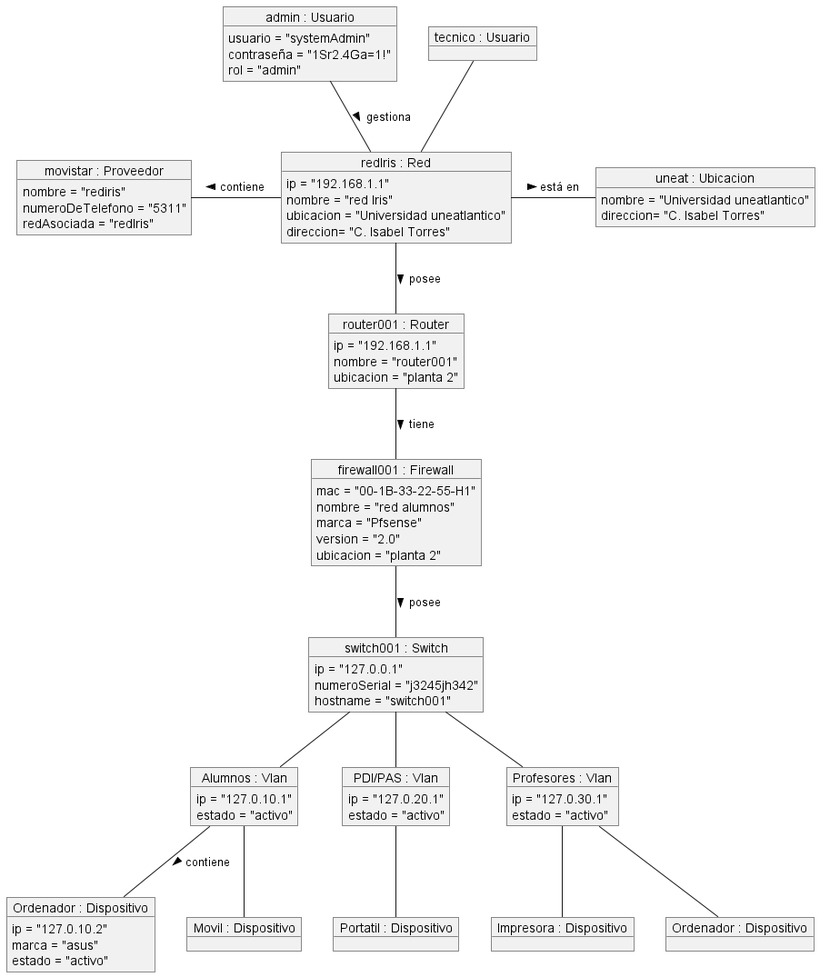
This is 000-entregas/diagramaDeObjetos/DiagramaDeObjetos.png from mmasias/IdSw1-22-23, a PlantUML export, as it was before one commit.
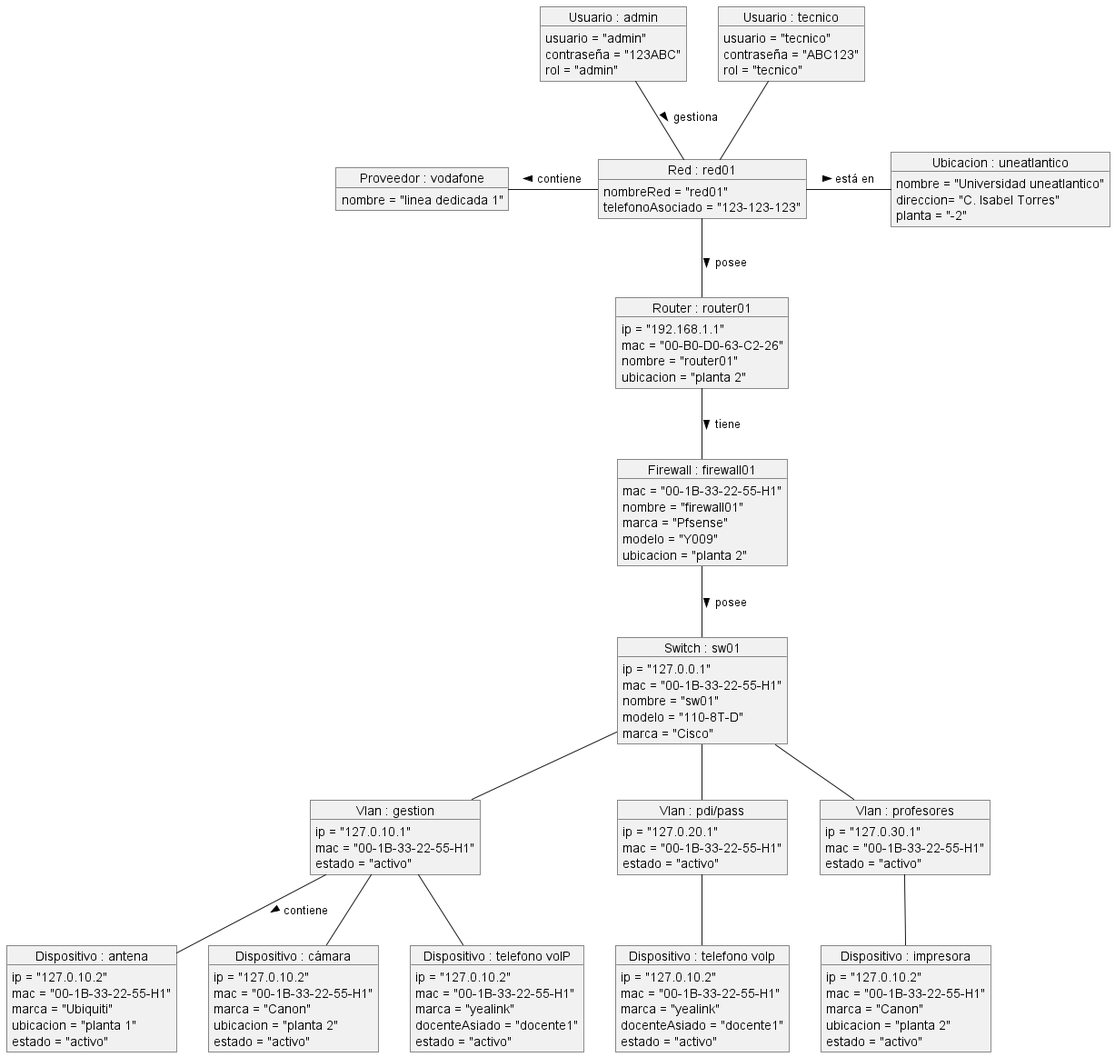
Later version of the same file.

Commit message:
Cambios en diagramas y actualizacion del readme

The edit, as a diff of the source:
```diff
@@ -1,85 +1,112 @@
-@startuml proyecto
+@startuml DiagramaDeObjetos
 
-object "admin : Usuario" as admin {
-    usuario = "systemAdmin"
-    contraseña = "1Sr2.4Ga=1!"
+object "Usuario : admin" as admin {
+    usuario = "admin"
+    contraseña = "123ABC"
     rol = "admin"
 }
 
-object "tecnico : Usuario" as user {
+object "Usuario : tecnico" as user {
+    usuario = "tecnico"
+    contraseña = "ABC123"
+    rol = "tecnico"
 }
 
-object "redIris : Red" as red1 {
-ip = "192.168.1.1"
-nombre = "red Iris"
-ubicacion = "Universidad uneatlantico"
-direccion= "C. Isabel Torres"
+object "Red : red01" as red1 {
+nombreRed = "red01"
+telefonoAsociado = "123-123-123"
 }
 
-object "router001 : Router" as router {
+object "Router : router01" as router {
 ip = "192.168.1.1"
-nombre = "router001"
+mac = "00-B0-D0-63-C2-26"
+nombre = "router01"
 ubicacion = "planta 2"
 }
 
-object "uneat : Ubicacion" as uneat {
+object "Ubicacion : uneatlantico" as uneat {
 nombre = "Universidad uneatlantico"
 direccion= "C. Isabel Torres"
+planta = "-2"
 }
 
-object "movistar : Proveedor" as redIris {
-nombre = "rediris"
-numeroDeTelefono = "5311"
-redAsociada = "redIris"
+object "Proveedor : vodafone" as redIris {
+nombre = "linea dedicada 1"
 }
 
-object "firewall001 : Firewall" as firewall {
+object "Firewall : firewall01" as firewall {
 mac = "00-1B-33-22-55-H1"
-nombre = "red alumnos"
+nombre = "firewall01"
 marca = "Pfsense"
-version = "2.0"
+modelo = "Y009"
 ubicacion = "planta 2"
 }
 
-object "switch001 : Switch" as switch {
+object "Switch : sw01" as switch {
     ip = "127.0.0.1"
-    numeroSerial = "j3245jh342"
-    hostname = "switch001"
+    mac = "00-1B-33-22-55-H1"
+    nombre = "sw01"
+    modelo = "110-8T-D"
+    marca = "Cisco"
 }
 
-object "Alumnos : Vlan" as vlan {
+object "Vlan : gestion" as vlan {
     ip = "127.0.10.1"
+    mac = "00-1B-33-22-55-H1"
     estado = "activo"
 }
 
-object "PDI/PAS : Vlan" as vlan2 {
+object "Vlan : pdi/pass" as vlan2 {
     ip = "127.0.20.1"
+    mac = "00-1B-33-22-55-H1"
     estado = "activo"
 }
 
-object "Profesores : Vlan" as vlan3 {
+object "Vlan : profesores" as vlan3 {
     ip = "127.0.30.1"
+    mac = "00-1B-33-22-55-H1"
     estado = "activo"
 }
 
-object "Ordenador : Dispositivo" as DA1 {
+object "Dispositivo : antena" as DA1 {
     ip = "127.0.10.2"
-    marca = "asus"
+    mac = "00-1B-33-22-55-H1"
+    marca = "Ubiquiti"
+    ubicacion = "planta 1"
     estado = "activo"
 }
 
-object "Movil : Dispositivo" as DA2 {
+object "Dispositivo : cámara" as DA2 {
+    ip = "127.0.10.2"
+    mac = "00-1B-33-22-55-H1"
+    marca = "Canon"
+    ubicacion = "planta 2"
+    estado = "activo"
 }
 
-object "Portatil : Dispositivo" as DPP1 {
+object "Dispositivo : telefono voIP" as DA3{
+    ip = "127.0.10.2"
+    mac = "00-1B-33-22-55-H1"
+    marca = "yealink"
+    docenteAsiado = "docente1"
+    estado = "activo"
 }
 
-object "Impresora : Dispositivo" as DP1 {
+object "Dispositivo : telefono voIp" as DPP1 {
+    ip = "127.0.10.2"
+    mac = "00-1B-33-22-55-H1"
+    marca = "yealink"
+    docenteAsiado = "docente1"
+    estado = "activo"
 }
 
-object "Ordenador : Dispositivo" as DP2 {
+object "Dispositivo : impresora" as DP1 {
+    ip = "127.0.10.2"
+    mac = "00-1B-33-22-55-H1"
+    marca = "Canon"
+    ubicacion = "planta 2"
+    estado = "activo"
 }
-
 
 admin -d- red1: gestiona >
 user -- red1
@@ -93,8 +120,8 @@
 switch -- vlan3
 vlan -- DA1: contiene >
 vlan -- DA2
+vlan -- DA3
 vlan2 -- DPP1
 vlan3 -- DP1
-vlan3 -- DP2
 
 @enduml
```
